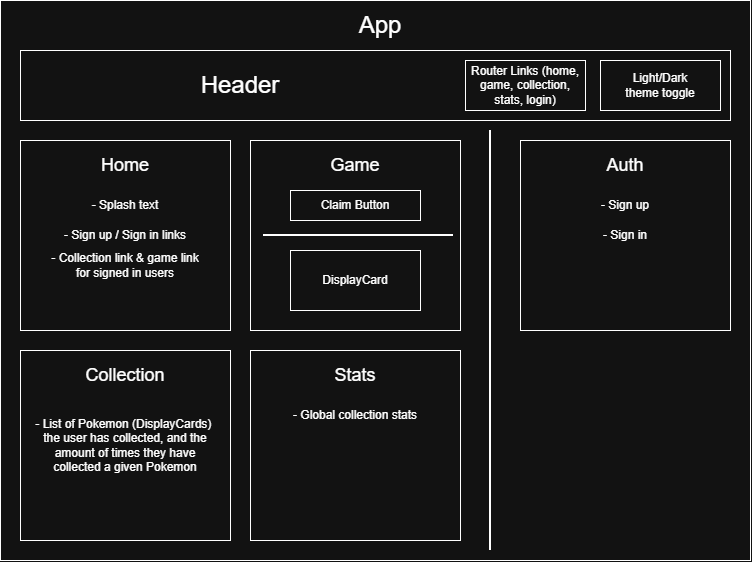
Above: src/img/diagram.png in igl-myrick/daily-pokemon (draw.io), before the change. Source tidied: cells renumbered, new cells last; positions are measured from the earlier drawing's top-left corner, leaving out a move shared by most shapes.
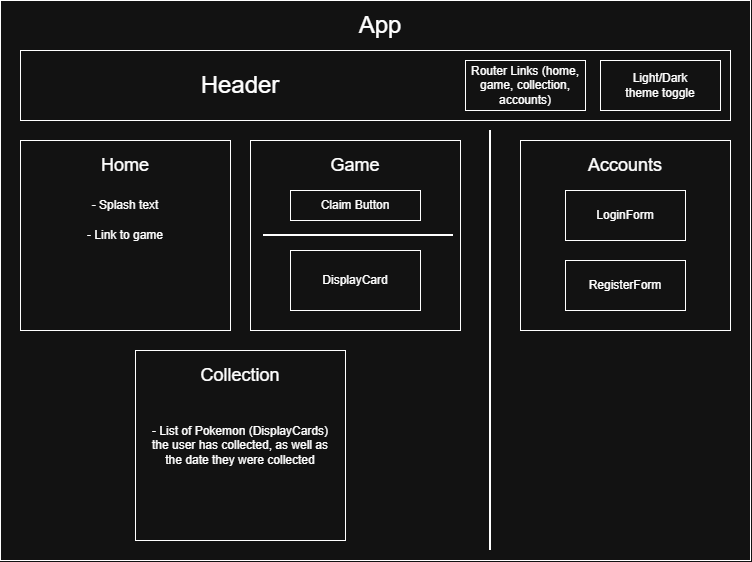
The same file after the commit.

Commit message:
update component diagram

The edit, as a diff of the source:
```diff
@@ -29,9 +29,6 @@
     <mxCell id="10" style="rounded=0;whiteSpace=wrap;html=1;" parent="1" vertex="1">
       <mxGeometry x="600" y="60" width="120" height="50" as="geometry" />
     </mxCell>
-    <mxCell id="11" value="- Sign up / Sign in links" style="text;html=1;whiteSpace=wrap;strokeColor=none;fillColor=none;align=center;verticalAlign=middle;rounded=0;" parent="1" vertex="1">
-      <mxGeometry x="20" y="220" width="210" height="30" as="geometry" />
-    </mxCell>
     <mxCell id="12" style="rounded=0;whiteSpace=wrap;html=1;" parent="1" vertex="1">
       <mxGeometry x="520" y="140" width="210" height="190" as="geometry" />
     </mxCell>
@@ -44,39 +41,24 @@
     <mxCell id="15" value="Light/Dark&lt;div&gt;theme toggle&lt;/div&gt;" style="text;html=1;whiteSpace=wrap;strokeColor=none;fillColor=none;align=center;verticalAlign=middle;rounded=0;" parent="1" vertex="1">
       <mxGeometry x="600" y="60" width="120" height="50" as="geometry" />
     </mxCell>
-    <mxCell id="16" value="- Collection link &amp;amp; game link for signed in users" style="text;html=1;whiteSpace=wrap;strokeColor=none;fillColor=none;align=center;verticalAlign=middle;rounded=0;" parent="1" vertex="1">
-      <mxGeometry x="50" y="250" width="150" height="30" as="geometry" />
+    <mxCell id="16" value="- Link to game" style="text;html=1;whiteSpace=wrap;strokeColor=none;fillColor=none;align=center;verticalAlign=middle;rounded=0;" parent="1" vertex="1">
+      <mxGeometry x="50" y="220" width="150" height="30" as="geometry" />
     </mxCell>
-    <mxCell id="17" style="rounded=0;whiteSpace=wrap;html=1;" parent="1" vertex="1">
-      <mxGeometry x="250" y="350" width="210" height="190" as="geometry" />
-    </mxCell>
     <mxCell id="18" style="rounded=0;whiteSpace=wrap;html=1;" parent="1" vertex="1">
-      <mxGeometry x="20" y="350" width="210" height="190" as="geometry" />
+      <mxGeometry x="135" y="350" width="210" height="190" as="geometry" />
     </mxCell>
     <mxCell id="19" value="&lt;font style=&quot;font-size: 18px;&quot;&gt;Game&lt;/font&gt;" style="text;html=1;whiteSpace=wrap;strokeColor=none;fillColor=none;align=center;verticalAlign=middle;rounded=0;" parent="1" vertex="1">
       <mxGeometry x="250" y="140" width="210" height="50" as="geometry" />
     </mxCell>
-    <mxCell id="20" value="&lt;font style=&quot;font-size: 18px;&quot;&gt;Stats&lt;/font&gt;" style="text;html=1;whiteSpace=wrap;strokeColor=none;fillColor=none;align=center;verticalAlign=middle;rounded=0;" parent="1" vertex="1">
-      <mxGeometry x="250" y="350" width="210" height="50" as="geometry" />
-    </mxCell>
     <mxCell id="21" value="&lt;font style=&quot;font-size: 18px;&quot;&gt;Collection&lt;/font&gt;" style="text;html=1;whiteSpace=wrap;strokeColor=none;fillColor=none;align=center;verticalAlign=middle;rounded=0;" parent="1" vertex="1">
-      <mxGeometry x="20" y="350" width="210" height="50" as="geometry" />
+      <mxGeometry x="135" y="350" width="210" height="50" as="geometry" />
     </mxCell>
-    <mxCell id="22" value="&lt;font style=&quot;font-size: 18px;&quot;&gt;Auth&lt;/font&gt;" style="text;html=1;whiteSpace=wrap;strokeColor=none;fillColor=none;align=center;verticalAlign=middle;rounded=0;" parent="1" vertex="1">
+    <mxCell id="22" value="&lt;font style=&quot;font-size: 18px;&quot;&gt;Accounts&lt;/font&gt;" style="text;html=1;whiteSpace=wrap;strokeColor=none;fillColor=none;align=center;verticalAlign=middle;rounded=0;" parent="1" vertex="1">
       <mxGeometry x="520" y="140" width="210" height="50" as="geometry" />
     </mxCell>
-    <mxCell id="23" value="- Sign up" style="text;html=1;whiteSpace=wrap;strokeColor=none;fillColor=none;align=center;verticalAlign=middle;rounded=0;" parent="1" vertex="1">
-      <mxGeometry x="520" y="190" width="210" height="30" as="geometry" />
-    </mxCell>
-    <mxCell id="24" value="- Sign in" style="text;html=1;whiteSpace=wrap;strokeColor=none;fillColor=none;align=center;verticalAlign=middle;rounded=0;" parent="1" vertex="1">
-      <mxGeometry x="520" y="220" width="210" height="30" as="geometry" />
-    </mxCell>
-    <mxCell id="25" value="- List of Pokemon (DisplayCards)&amp;nbsp;&lt;br&gt;the user has collected, and the amount&amp;nbsp;&lt;span style=&quot;background-color: transparent; color: light-dark(rgb(0, 0, 0), rgb(255, 255, 255));&quot;&gt;of&amp;nbsp;&lt;/span&gt;&lt;span style=&quot;background-color: transparent; color: light-dark(rgb(0, 0, 0), rgb(255, 255, 255));&quot;&gt;times they have&lt;/span&gt;&lt;div&gt;&lt;span style=&quot;background-color: transparent; color: light-dark(rgb(0, 0, 0), rgb(255, 255, 255));&quot;&gt;collected a&amp;nbsp;&lt;/span&gt;&lt;span style=&quot;background-color: transparent; color: light-dark(rgb(0, 0, 0), rgb(255, 255, 255));&quot;&gt;given&amp;nbsp;&lt;/span&gt;&lt;span style=&quot;background-color: transparent; color: light-dark(rgb(0, 0, 0), rgb(255, 255, 255));&quot;&gt;Pokemon&lt;/span&gt;&lt;/div&gt;" style="text;html=1;whiteSpace=wrap;strokeColor=none;fillColor=none;align=center;verticalAlign=middle;rounded=0;" parent="1" vertex="1">
-      <mxGeometry x="20" y="400" width="210" height="90" as="geometry" />
+    <mxCell id="25" value="- List of Pokemon (DisplayCards)&lt;br&gt;the user has collected, as well as &lt;br&gt;the date they were collected" style="text;html=1;whiteSpace=wrap;strokeColor=none;fillColor=none;align=center;verticalAlign=middle;rounded=0;" parent="1" vertex="1">
+      <mxGeometry x="135" y="400" width="210" height="90" as="geometry" />
     </mxCell>
-    <mxCell id="26" value="- Global collection stats" style="text;html=1;whiteSpace=wrap;strokeColor=none;fillColor=none;align=center;verticalAlign=middle;rounded=0;" parent="1" vertex="1">
-      <mxGeometry x="250" y="400" width="210" height="30" as="geometry" />
-    </mxCell>
     <mxCell id="27" style="rounded=0;whiteSpace=wrap;html=1;" parent="1" vertex="1">
       <mxGeometry x="290" y="190" width="130" height="30" as="geometry" />
     </mxCell>
@@ -92,8 +74,20 @@
     <mxCell id="31" value="DisplayCard" style="text;html=1;whiteSpace=wrap;strokeColor=none;fillColor=none;align=center;verticalAlign=middle;rounded=0;" parent="1" vertex="1">
       <mxGeometry x="290" y="250" width="130" height="60" as="geometry" />
     </mxCell>
-    <mxCell id="32" value="Router Links (home, game, collection, stats, login)" style="text;html=1;whiteSpace=wrap;strokeColor=none;fillColor=none;align=center;verticalAlign=middle;rounded=0;" parent="1" vertex="1">
+    <mxCell id="32" value="Router Links (home, game, collection, accounts)" style="text;html=1;whiteSpace=wrap;strokeColor=none;fillColor=none;align=center;verticalAlign=middle;rounded=0;" parent="1" vertex="1">
       <mxGeometry x="465" y="60" width="120" height="50" as="geometry" />
     </mxCell>
+    <mxCell id="33" style="rounded=0;whiteSpace=wrap;html=1;" parent="1" vertex="1">
+      <mxGeometry x="565" y="190" width="120" height="50" as="geometry" />
+    </mxCell>
+    <mxCell id="34" style="rounded=0;whiteSpace=wrap;html=1;" parent="1" vertex="1">
+      <mxGeometry x="565" y="260" width="120" height="50" as="geometry" />
+    </mxCell>
+    <mxCell id="35" value="LoginForm" style="text;html=1;whiteSpace=wrap;strokeColor=none;fillColor=none;align=center;verticalAlign=middle;rounded=0;" parent="1" vertex="1">
+      <mxGeometry x="565" y="190" width="120" height="50" as="geometry" />
+    </mxCell>
+    <mxCell id="36" value="RegisterForm" style="text;html=1;whiteSpace=wrap;strokeColor=none;fillColor=none;align=center;verticalAlign=middle;rounded=0;" parent="1" vertex="1">
+      <mxGeometry x="565" y="260" width="120" height="50" as="geometry" />
+    </mxCell>
   </root>
 </mxGraphModel>
```
